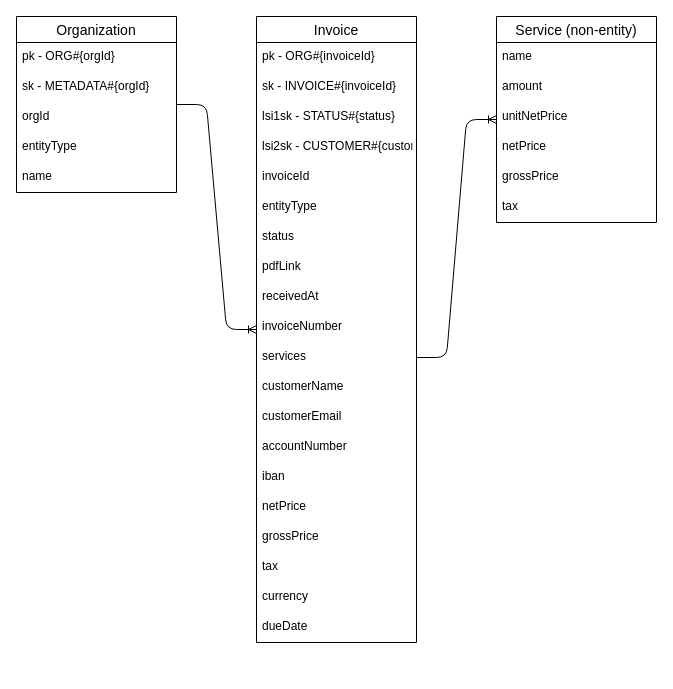
This is schema.drawio from theapexlab/pocok, a draw.io file, before an edit. Source tidied: cells renumbered, new cells numbered last; positions are measured from the earlier drawing's top-left corner, leaving out a move shared by most shapes. Both pictures are drawn from the tidied source at 100%, with x=0, y=0 at pixel (16, 16).
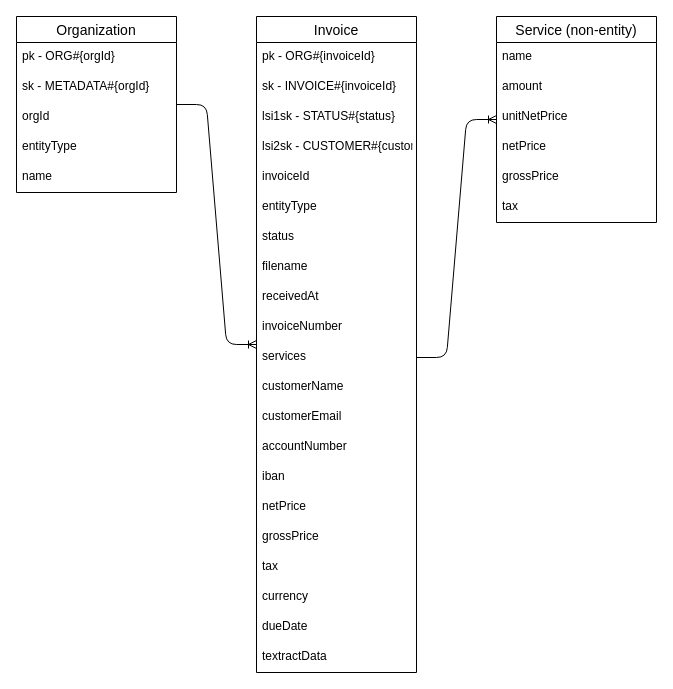
The same page after the edit.

The edit, as a diff of the source:
```diff
@@
     <mxCell id="8" value="Invoice" style="swimlane;fontStyle=0;horizontal=1;startSize=26;align=center;fontSize=14;" parent="1" vertex="1">
-      <mxGeometry x="240" width="160" height="626" as="geometry" />
+      <mxGeometry x="240" width="160" height="656" as="geometry" />
     </mxCell>
@@
-    <mxCell id="16" value="pdfLink" style="text;strokeColor=none;fillColor=none;spacingLeft=4;spacingRight=4;overflow=hidden;fontSize=12;" parent="8" vertex="1">
+    <mxCell id="16" value="filename" style="text;strokeColor=none;fillColor=none;spacingLeft=4;spacingRight=4;overflow=hidden;fontSize=12;" parent="8" vertex="1">
       <mxGeometry y="236" width="160" height="30" as="geometry" />
     </mxCell>
@@
+    <mxCell id="38" value="dueDate" style="text;strokeColor=none;fillColor=none;spacingLeft=4;spacingRight=4;overflow=hidden;fontSize=12;" parent="8" vertex="1">
+      <mxGeometry y="596" width="160" height="30" as="geometry" />
+    </mxCell>
-    <mxCell id="28" value="dueDate" style="text;strokeColor=none;fillColor=none;spacingLeft=4;spacingRight=4;overflow=hidden;fontSize=12;" parent="8" vertex="1">
-      <mxGeometry y="596" width="160" height="30" as="geometry" />
+    <mxCell id="28" value="textractData" style="text;strokeColor=none;fillColor=none;spacingLeft=4;spacingRight=4;overflow=hidden;fontSize=12;" parent="8" vertex="1">
+      <mxGeometry y="626" width="160" height="30" as="geometry" />
     </mxCell>
```
